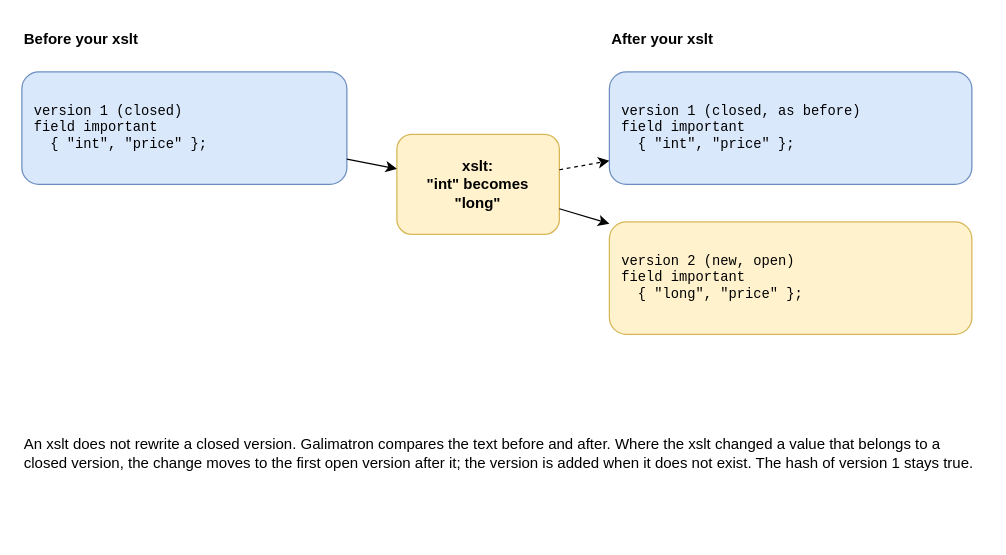
Before: drawio/19_seal.drawio in goloveshin/galimatron_doc, a draw.io diagram. Source tidied: cells renumbered, new cells numbered last; positions are measured from the earlier drawing's top-left corner, leaving out a move shared by most shapes. Both pictures are drawn from the tidied source at 125%, with x=0, y=0 at pixel (21, 21).
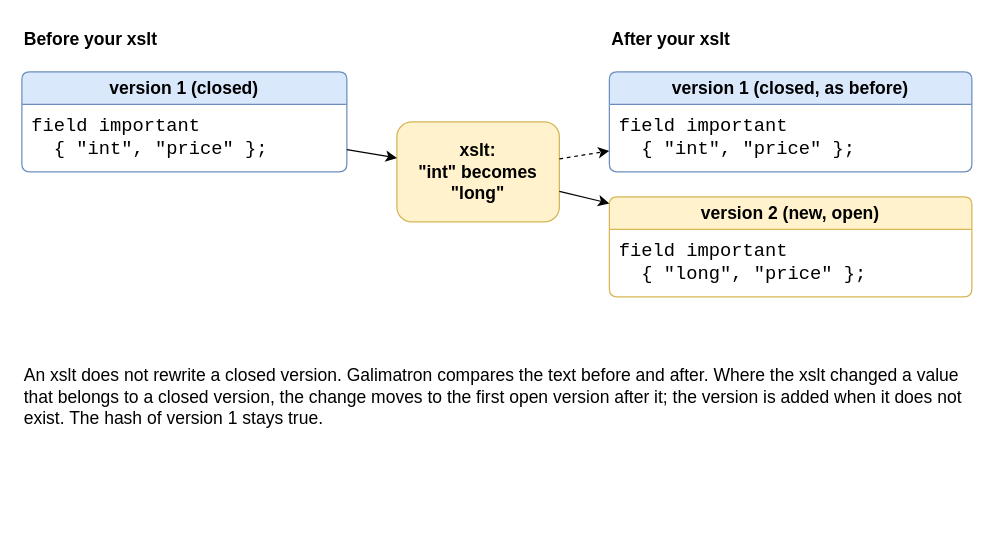
Above is the later version.

The edit, as a diff of the source:
```diff
@@
 <mxGraphModel>
   <root>
     <mxCell id="0" />
     <mxCell id="1" parent="0" />
-    <mxCell id="2" value="Before your xslt" style="text;html=1;whiteSpace=wrap;verticalAlign=middle;align=left;fontStyle=1;" parent="1" vertex="1">
+    <mxCell id="2" value="Before your xslt" style="text;html=1;whiteSpace=wrap;verticalAlign=middle;align=left;fontStyle=1;fontSize=14;" parent="1" vertex="1">
       <mxGeometry width="300" height="28" as="geometry" />
     </mxCell>
-    <mxCell id="3" value="After your xslt" style="text;html=1;whiteSpace=wrap;verticalAlign=middle;align=left;fontStyle=1;" parent="1" vertex="1">
+    <mxCell id="3" value="After your xslt" style="text;html=1;whiteSpace=wrap;verticalAlign=middle;align=left;fontStyle=1;fontSize=14;" parent="1" vertex="1">
       <mxGeometry x="470" width="300" height="28" as="geometry" />
     </mxCell>
-    <mxCell id="4" value="version 1  (closed)&lt;br&gt;field important&lt;br&gt;&amp;nbsp;&amp;nbsp;{ &quot;int&quot;, &quot;price&quot; };" style="rounded=1;whiteSpace=wrap;html=1;fillColor=#dae8fc;strokeColor=#6c8ebf;fontFamily=Courier New;fontSize=11;align=left;spacingLeft=8;spacingRight=8;" parent="1" vertex="1">
-      <mxGeometry y="40" width="260" height="90" as="geometry" />
+    <mxCell id="4" value="version 1 (closed)" style="swimlane;whiteSpace=wrap;html=1;rounded=1;arcSize=8;startSize=26;fillColor=#dae8fc;strokeColor=#6c8ebf;swimlaneFillColor=#ffffff;fontStyle=1;fontSize=14;align=center;" parent="1" vertex="1">
+      <mxGeometry y="40" width="260" height="80" as="geometry" />
     </mxCell>
+    <mxCell id="12" value="field important&lt;br&gt;&amp;nbsp;&amp;nbsp;{ &quot;int&quot;, &quot;price&quot; };" style="text;html=1;whiteSpace=wrap;verticalAlign=top;align=left;fontFamily=Courier New;fontSize=15;spacingLeft=6;spacingRight=4;spacingTop=3;" parent="4" vertex="1">
+      <mxGeometry y="26" width="260" height="54" as="geometry" />
+    </mxCell>
-    <mxCell id="5" value="xslt:&lt;br&gt;&quot;int&quot; becomes&lt;br&gt;&quot;long&quot;" style="rounded=1;whiteSpace=wrap;html=1;fillColor=#fff2cc;strokeColor=#d6b656;fontStyle=1;" parent="1" vertex="1">
-      <mxGeometry x="300" y="90" width="130" height="80" as="geometry" />
+    <mxCell id="5" value="xslt:&lt;br&gt;&quot;int&quot; becomes&lt;br&gt;&quot;long&quot;" style="rounded=1;whiteSpace=wrap;html=1;fillColor=#fff2cc;strokeColor=#d6b656;fontStyle=1;fontSize=14;" parent="1" vertex="1">
+      <mxGeometry x="300" y="80" width="130" height="80" as="geometry" />
     </mxCell>
-    <mxCell id="6" value="version 1  (closed, as before)&lt;br&gt;field important&lt;br&gt;&amp;nbsp;&amp;nbsp;{ &quot;int&quot;, &quot;price&quot; };" style="rounded=1;whiteSpace=wrap;html=1;fillColor=#dae8fc;strokeColor=#6c8ebf;fontFamily=Courier New;fontSize=11;align=left;spacingLeft=8;spacingRight=8;" parent="1" vertex="1">
-      <mxGeometry x="470" y="40" width="290" height="90" as="geometry" />
+    <mxCell id="6" value="version 1 (closed, as before)" style="swimlane;whiteSpace=wrap;html=1;rounded=1;arcSize=8;startSize=26;fillColor=#dae8fc;strokeColor=#6c8ebf;swimlaneFillColor=#ffffff;fontStyle=1;fontSize=14;align=center;" parent="1" vertex="1">
+      <mxGeometry x="470" y="40" width="290" height="80" as="geometry" />
     </mxCell>
+    <mxCell id="13" value="field important&lt;br&gt;&amp;nbsp;&amp;nbsp;{ &quot;int&quot;, &quot;price&quot; };" style="text;html=1;whiteSpace=wrap;verticalAlign=top;align=left;fontFamily=Courier New;fontSize=15;spacingLeft=6;spacingRight=4;spacingTop=3;" parent="6" vertex="1">
+      <mxGeometry y="26" width="290" height="54" as="geometry" />
+    </mxCell>
-    <mxCell id="7" value="version 2  (new, open)&lt;br&gt;field important&lt;br&gt;&amp;nbsp;&amp;nbsp;{ &quot;long&quot;, &quot;price&quot; };" style="rounded=1;whiteSpace=wrap;html=1;fillColor=#fff2cc;strokeColor=#d6b656;fontFamily=Courier New;fontSize=11;align=left;spacingLeft=8;spacingRight=8;" parent="1" vertex="1">
-      <mxGeometry x="470" y="160" width="290" height="90" as="geometry" />
+    <mxCell id="7" value="version 2 (new, open)" style="swimlane;whiteSpace=wrap;html=1;rounded=1;arcSize=8;startSize=26;fillColor=#fff2cc;strokeColor=#d6b656;swimlaneFillColor=#ffffff;fontStyle=1;fontSize=14;align=center;" parent="1" vertex="1">
+      <mxGeometry x="470" y="140" width="290" height="80" as="geometry" />
     </mxCell>
+    <mxCell id="14" value="field important&lt;br&gt;&amp;nbsp;&amp;nbsp;{ &quot;long&quot;, &quot;price&quot; };" style="text;html=1;whiteSpace=wrap;verticalAlign=top;align=left;fontFamily=Courier New;fontSize=15;spacingLeft=6;spacingRight=4;spacingTop=3;" parent="7" vertex="1">
+      <mxGeometry y="26" width="290" height="54" as="geometry" />
+    </mxCell>
     <mxCell id="8" style="endArrow=classic;html=1;labelBackgroundColor=#ffffff;edgeStyle=none;" parent="1" edge="1" source="4" target="5">
       <mxGeometry relative="1" as="geometry" />
     </mxCell>
     <mxCell id="9" style="endArrow=classic;html=1;labelBackgroundColor=#ffffff;edgeStyle=none;dashed=1;" parent="1" edge="1" source="5" target="6">
       <mxGeometry relative="1" as="geometry" />
     </mxCell>
     <mxCell id="10" style="endArrow=classic;html=1;labelBackgroundColor=#ffffff;edgeStyle=none;" parent="1" edge="1" source="5" target="7">
       <mxGeometry relative="1" as="geometry" />
     </mxCell>
-    <mxCell id="11" value="An xslt does not rewrite a closed version. Galimatron compares the text before and after. Where the xslt changed a value that belongs to a closed version, the change moves to the first open version after it; the version is added when it does not exist. The hash of version 1 stays true." style="text;html=1;whiteSpace=wrap;verticalAlign=middle;align=left;" parent="1" vertex="1">
-      <mxGeometry y="280" width="770" height="130" as="geometry" />
+    <mxCell id="11" value="An xslt does not rewrite a closed version. Galimatron compares the text before and after. Where the xslt changed a value that belongs to a closed version, the change moves to the first open version after it; the version is added when it does not exist. The hash of version 1 stays true." style="text;html=1;whiteSpace=wrap;verticalAlign=middle;align=left;fontSize=14;" parent="1" vertex="1">
+      <mxGeometry y="250" width="770" height="100" as="geometry" />
     </mxCell>
   </root>
 </mxGraphModel>
```
